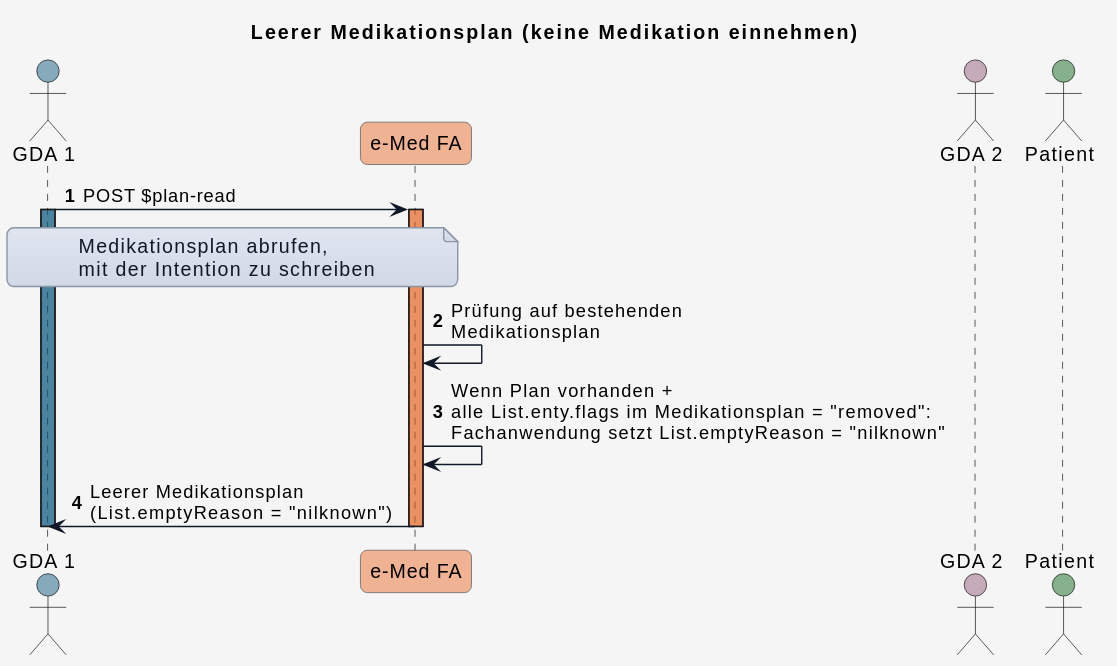
Above: r4-ELGA-e-Medikation-main/plantuml/UC_eMed_06_02.svg in HL7Austria/hl7austria.github.io (PlantUML), before the change.
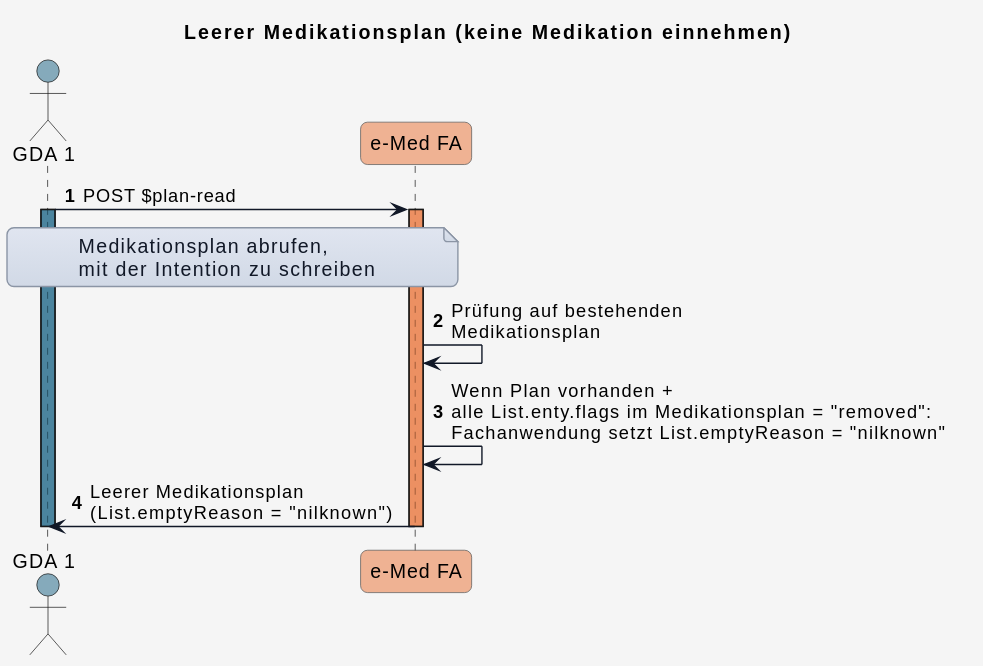
The same diagram one commit later.

What changed in the source:
```diff
@@ -51,8 +51,6 @@
 
 actor GDA_1 as "GDA 1" COLOR_GDA_1
 participant eMed_FA as "e-Med FA" COLOR_EMED_FA
-actor GDA_2 as "GDA 2" COLOR_GDA_2
-actor Patient as "Patient" COLOR_PATIENT
 
 autonumber
 
```
